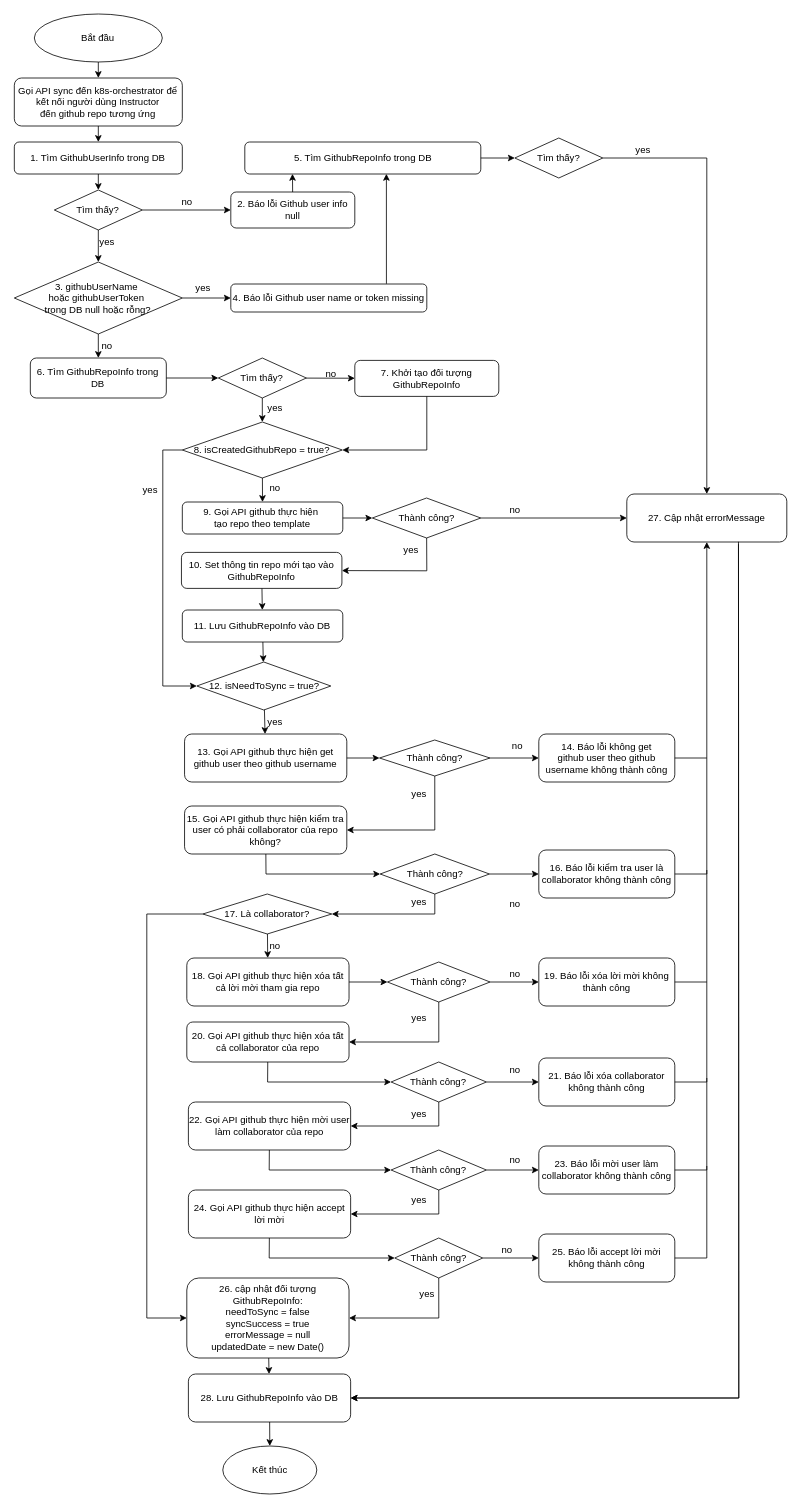
Above: page "connect github repo" (6 of 7) of K8SCloudNut.drawio in hiep1097/drawio (draw.io), before the change. Source tidied: cells renumbered, new cells numbered last; positions are measured from the earlier drawing's top-left corner, leaving out a move shared by most shapes. Both pictures are drawn from the tidied source at 80%, with x=0, y=0 at pixel (14, 14).
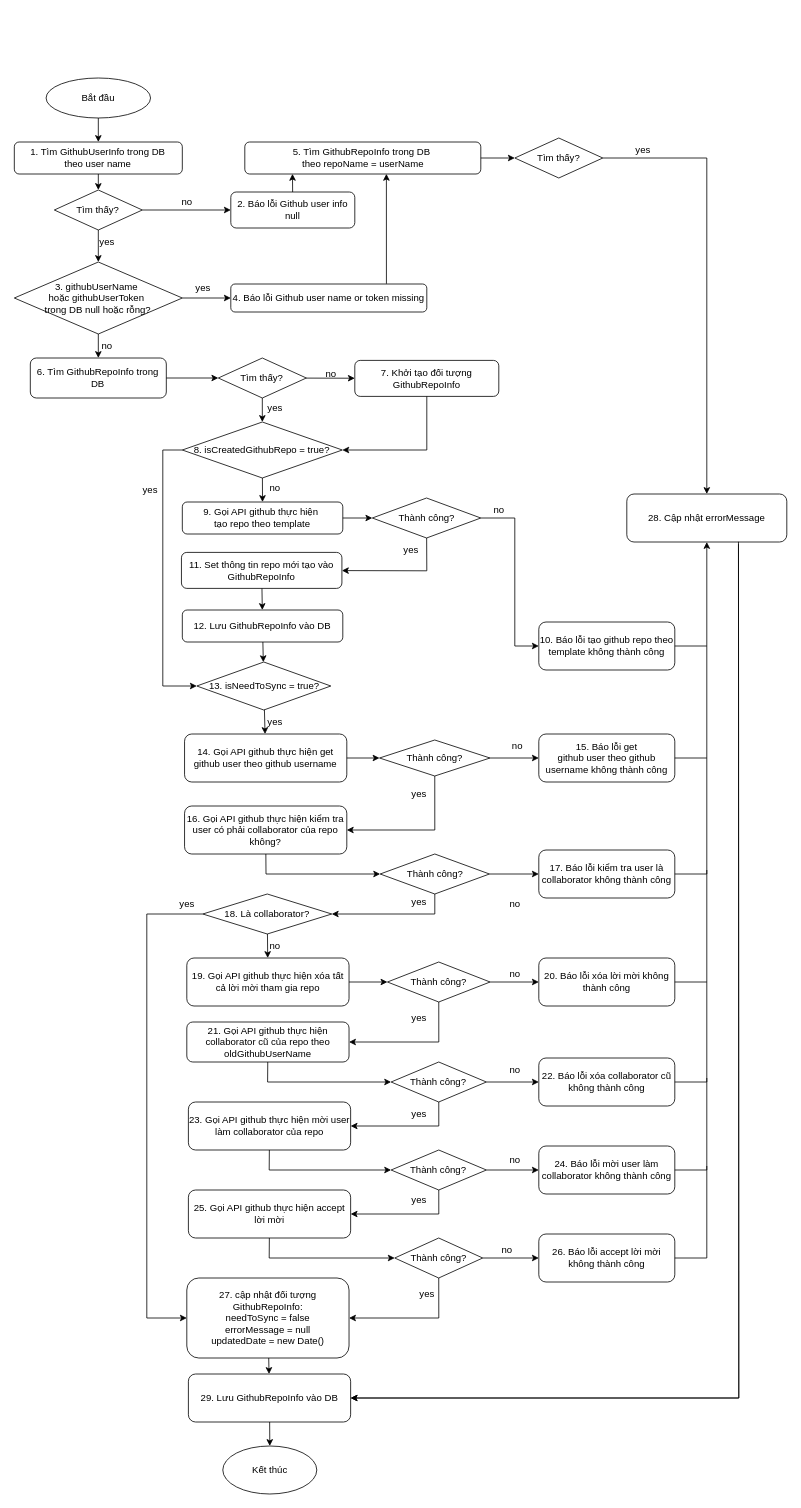
The same diagram, later.

Commit message (it also covers changes not shown here):
Cập nhật K8SCloudNut.drawio

The change refers to these unchanged cells:
```xml
<mxCell id="99" value="Thành công?" style="rhombus;whiteSpace=wrap;html=1;" parent="1" vertex="1">
  <mxGeometry x="447.9" y="605" width="135.6" height="50" as="geometry" />
</mxCell>
```

Diff of the diagram source:
```diff
@@
     <mxCell id="2" value="Bắt đầu" style="ellipse;whiteSpace=wrap;html=1;" parent="1" vertex="1">
-      <mxGeometry x="25.4" width="160" height="60" as="geometry" />
+      <mxGeometry x="40.1" y="80" width="130.6" height="50" as="geometry" />
     </mxCell>
-    <mxCell id="3" value="Gọi API sync đến k8s-orchestrator để kết nối người dùng Instructor đến&amp;nbsp;&lt;span style=&quot;background-color: initial;&quot;&gt;github repo&amp;nbsp;&lt;/span&gt;&lt;span style=&quot;background-color: initial;&quot;&gt;tương ứng&lt;/span&gt;" style="rounded=1;whiteSpace=wrap;html=1;" parent="1" vertex="1">
-      <mxGeometry x="0.4" y="80" width="210" height="60" as="geometry" />
-    </mxCell>
-    <mxCell id="4" style="endArrow=classic;html=1;rounded=0;" parent="1" edge="1" source="2" target="3">
-      <mxGeometry relative="1" as="geometry" />
-    </mxCell>
-    <mxCell id="5" style="endArrow=classic;html=1;rounded=0;" parent="1" edge="1" source="3" target="6">
+    <mxCell id="5" style="endArrow=classic;html=1;rounded=0;" parent="1" edge="1" source="2" target="6">
       <mxGeometry relative="1" as="geometry" />
     </mxCell>
-    <mxCell id="6" value="1. Tìm GithubUserInfo trong DB" style="rounded=1;whiteSpace=wrap;html=1;" parent="1" vertex="1">
+    <mxCell id="6" value="1. Tìm GithubUserInfo trong DB&lt;div&gt;theo user name&lt;/div&gt;" style="rounded=1;whiteSpace=wrap;html=1;" parent="1" vertex="1">
       <mxGeometry x="0.4" y="160" width="210" height="40" as="geometry" />
     </mxCell>
-    <mxCell id="7" value="5. Tìm GithubRepoInfo trong DB" style="rounded=1;whiteSpace=wrap;html=1;" parent="1" vertex="1">
+    <mxCell id="7" value="5. Tìm GithubRepoInfo trong DB&amp;nbsp;&lt;div&gt;theo repoName = userName&lt;/div&gt;" style="rounded=1;whiteSpace=wrap;html=1;" parent="1" vertex="1">
       <mxGeometry x="288.5" y="160" width="295" height="40" as="geometry" />
     </mxCell>
@@
-    <mxCell id="39" value="10. Set thông tin repo mới tạo vào GithubRepoInfo" style="rounded=1;whiteSpace=wrap;html=1;" parent="1" vertex="1">
+    <mxCell id="39" value="11. Set thông tin repo mới tạo vào GithubRepoInfo" style="rounded=1;whiteSpace=wrap;html=1;" parent="1" vertex="1">
       <mxGeometry x="209.3" y="673" width="200.6" height="45" as="geometry" />
     </mxCell>
-    <mxCell id="40" value="11. Lưu GithubRepoInfo vào DB" style="rounded=1;whiteSpace=wrap;html=1;" parent="1" vertex="1">
+    <mxCell id="40" value="12. Lưu GithubRepoInfo vào DB" style="rounded=1;whiteSpace=wrap;html=1;" parent="1" vertex="1">
       <mxGeometry x="210.4" y="745" width="200.6" height="40" as="geometry" />
     </mxCell>
-    <mxCell id="41" style="endArrow=classic;html=1;rounded=0;" parent="1" edge="1" source="99" target="42">
-      <mxGeometry relative="1" as="geometry" />
+    <mxCell id="41" style="endArrow=classic;html=1;rounded=0;" parent="1" edge="1" source="99" target="121">
+      <mxGeometry relative="1" as="geometry">
+        <Array as="points">
+          <mxPoint x="626" y="630" />
+          <mxPoint x="626" y="790" />
+        </Array>
+      </mxGeometry>
     </mxCell>
-    <mxCell id="42" value="27. Cập nhật errorMessage" style="rounded=1;whiteSpace=wrap;html=1;" parent="1" vertex="1">
+    <mxCell id="42" value="28. Cập nhật errorMessage" style="rounded=1;whiteSpace=wrap;html=1;" parent="1" vertex="1">
       <mxGeometry x="766" y="600" width="200" height="60" as="geometry" />
     </mxCell>
-    <mxCell id="43" value="12. isNeedToSync = true?" style="rhombus;whiteSpace=wrap;html=1;" parent="1" vertex="1">
+    <mxCell id="43" value="13. isNeedToSync = true?" style="rhombus;whiteSpace=wrap;html=1;" parent="1" vertex="1">
       <mxGeometry x="228.5" y="810" width="167.5" height="60" as="geometry" />
     </mxCell>
@@
-    <mxCell id="47" value="13. Gọi API github thực hiện get github user theo github username" style="rounded=1;whiteSpace=wrap;html=1;" parent="1" vertex="1">
+    <mxCell id="47" value="14. Gọi API github thực hiện get github user theo github username" style="rounded=1;whiteSpace=wrap;html=1;" parent="1" vertex="1">
       <mxGeometry x="213.2" y="900" width="202.8" height="60" as="geometry" />
     </mxCell>
@@
-    <mxCell id="51" value="14. Báo lỗi không get&lt;div&gt;github user theo github username không thành công&lt;/div&gt;" style="rounded=1;whiteSpace=wrap;html=1;" parent="1" vertex="1">
+    <mxCell id="51" value="15. Báo lỗi get&lt;div&gt;github user theo github username không thành công&lt;/div&gt;" style="rounded=1;whiteSpace=wrap;html=1;" parent="1" vertex="1">
       <mxGeometry x="656" y="900" width="170" height="60" as="geometry" />
     </mxCell>
@@
-    <mxCell id="55" value="15. Gọi API github thực hiện kiểm tra user có phải collaborator của repo không?" style="rounded=1;whiteSpace=wrap;html=1;" parent="1" vertex="1">
+    <mxCell id="55" value="16. Gọi API github thực hiện kiểm tra user có phải collaborator của repo không?" style="rounded=1;whiteSpace=wrap;html=1;" parent="1" vertex="1">
       <mxGeometry x="213.2" y="990" width="202.8" height="60" as="geometry" />
     </mxCell>
-    <mxCell id="56" value="17. Là collaborator?" style="rhombus;whiteSpace=wrap;html=1;" parent="1" vertex="1">
+    <mxCell id="56" value="18. Là collaborator?" style="rhombus;whiteSpace=wrap;html=1;" parent="1" vertex="1">
       <mxGeometry x="236" y="1100" width="161.2" height="50" as="geometry" />
     </mxCell>
@@
-    <mxCell id="59" value="18. Gọi API github thực hiện xóa tất cả lời mời tham gia repo" style="rounded=1;whiteSpace=wrap;html=1;" parent="1" vertex="1">
+    <mxCell id="59" value="19. Gọi API github thực hiện xóa tất cả lời mời tham gia repo" style="rounded=1;whiteSpace=wrap;html=1;" parent="1" vertex="1">
       <mxGeometry x="216" y="1180" width="202.8" height="60" as="geometry" />
     </mxCell>
-    <mxCell id="60" value="20. Gọi API github thực hiện xóa tất cả collaborator của repo" style="rounded=1;whiteSpace=wrap;html=1;" parent="1" vertex="1">
+    <mxCell id="60" value="21. Gọi API github thực hiện collaborator cũ của repo theo oldGithubUserName" style="rounded=1;whiteSpace=wrap;html=1;" parent="1" vertex="1">
       <mxGeometry x="216" y="1260" width="202.8" height="50" as="geometry" />
     </mxCell>
@@
-    <mxCell id="64" value="19. Báo lỗi xóa lời mời không thành công" style="rounded=1;whiteSpace=wrap;html=1;" parent="1" vertex="1">
+    <mxCell id="64" value="20. Báo lỗi xóa lời mời không thành công" style="rounded=1;whiteSpace=wrap;html=1;" parent="1" vertex="1">
       <mxGeometry x="656" y="1180" width="170" height="60" as="geometry" />
     </mxCell>
-    <mxCell id="65" value="21. Báo lỗi xóa collaborator không thành công" style="rounded=1;whiteSpace=wrap;html=1;" parent="1" vertex="1">
+    <mxCell id="65" value="22. Báo lỗi xóa collaborator cũ không thành công" style="rounded=1;whiteSpace=wrap;html=1;" parent="1" vertex="1">
       <mxGeometry x="656" y="1305" width="170" height="60" as="geometry" />
     </mxCell>
@@
-    <mxCell id="75" value="22. Gọi API github thực hiện mời user làm collaborator của repo" style="rounded=1;whiteSpace=wrap;html=1;" parent="1" vertex="1">
+    <mxCell id="75" value="23. Gọi API github thực hiện mời user làm collaborator của repo" style="rounded=1;whiteSpace=wrap;html=1;" parent="1" vertex="1">
       <mxGeometry x="218" y="1360" width="202.8" height="60" as="geometry" />
     </mxCell>
@@
-    <mxCell id="80" value="23. Báo lỗi mời user làm collaborator không thành công" style="rounded=1;whiteSpace=wrap;html=1;" parent="1" vertex="1">
+    <mxCell id="80" value="24. Báo lỗi mời user làm collaborator không thành công" style="rounded=1;whiteSpace=wrap;html=1;" parent="1" vertex="1">
       <mxGeometry x="656" y="1415" width="170" height="60" as="geometry" />
     </mxCell>
-    <mxCell id="81" value="24. Gọi API github thực hiện accept lời mời" style="rounded=1;whiteSpace=wrap;html=1;" parent="1" vertex="1">
+    <mxCell id="81" value="25. Gọi API github thực hiện accept lời mời" style="rounded=1;whiteSpace=wrap;html=1;" parent="1" vertex="1">
       <mxGeometry x="218" y="1470" width="202.8" height="60" as="geometry" />
     </mxCell>
@@
-    <mxCell id="84" value="25. Báo lỗi accept lời mời không thành công" style="rounded=1;whiteSpace=wrap;html=1;" parent="1" vertex="1">
+    <mxCell id="84" value="26. Báo lỗi accept lời mời không thành công" style="rounded=1;whiteSpace=wrap;html=1;" parent="1" vertex="1">
       <mxGeometry x="656" y="1525" width="170" height="60" as="geometry" />
     </mxCell>
@@
-    <mxCell id="89" value="16. Báo lỗi kiểm tra user là collaborator không thành công" style="rounded=1;whiteSpace=wrap;html=1;" parent="1" vertex="1">
+    <mxCell id="89" value="17. Báo lỗi kiểm tra user là collaborator không thành công" style="rounded=1;whiteSpace=wrap;html=1;" parent="1" vertex="1">
       <mxGeometry x="656" y="1045" width="170" height="60" as="geometry" />
     </mxCell>
@@
-    <mxCell id="93" value="26. cập nhật đối tượng GithubRepoInfo:&lt;div&gt;needToSync = false&lt;/div&gt;&lt;div&gt;syncSuccess = true&lt;/div&gt;&lt;div&gt;errorMessage = null&lt;/div&gt;&lt;div&gt;updatedDate = new Date()&lt;/div&gt;" style="rounded=1;whiteSpace=wrap;html=1;" parent="1" vertex="1">
+    <mxCell id="93" value="27. cập nhật đối tượng GithubRepoInfo:&lt;div&gt;needToSync = false&lt;/div&gt;&lt;div&gt;errorMessage = null&lt;/div&gt;&lt;div&gt;updatedDate = new Date()&lt;/div&gt;" style="rounded=1;whiteSpace=wrap;html=1;" parent="1" vertex="1">
       <mxGeometry x="216" y="1580" width="202.8" height="100" as="geometry" />
     </mxCell>
-    <mxCell id="94" value="28. Lưu GithubRepoInfo vào DB" style="rounded=1;whiteSpace=wrap;html=1;" parent="1" vertex="1">
+    <mxCell id="94" value="29. Lưu GithubRepoInfo vào DB" style="rounded=1;whiteSpace=wrap;html=1;" parent="1" vertex="1">
       <mxGeometry x="218" y="1700" width="202.8" height="60" as="geometry" />
     </mxCell>
@@
     <mxCell id="101" value="no" style="text;html=1;align=center;verticalAlign=middle;strokeColor=none;fillColor=none;" parent="1" vertex="1">
-      <mxGeometry x="606" y="605" width="40" height="30" as="geometry" />
+      <mxGeometry x="585.9" y="605" width="40" height="30" as="geometry" />
     </mxCell>
@@
+    <mxCell id="121" value="10. Báo lỗi tạo github repo theo template&lt;span style=&quot;background-color: initial;&quot;&gt;&amp;nbsp;không thành công&lt;/span&gt;" style="rounded=1;whiteSpace=wrap;html=1;" parent="1" vertex="1">
+      <mxGeometry x="656" y="760" width="170" height="60" as="geometry" />
+    </mxCell>
+    <mxCell id="122" style="endArrow=none;html=1;rounded=0;" parent="1" edge="1" source="121">
+      <mxGeometry relative="1" as="geometry">
+        <mxPoint x="866" y="790" as="targetPoint" />
+      </mxGeometry>
+    </mxCell>
+    <mxCell id="123" value="yes" style="text;html=1;align=center;verticalAlign=middle;strokeColor=none;fillColor=none;" parent="1" vertex="1">
+      <mxGeometry x="196" y="1098" width="40" height="30" as="geometry" />
+    </mxCell>
```
